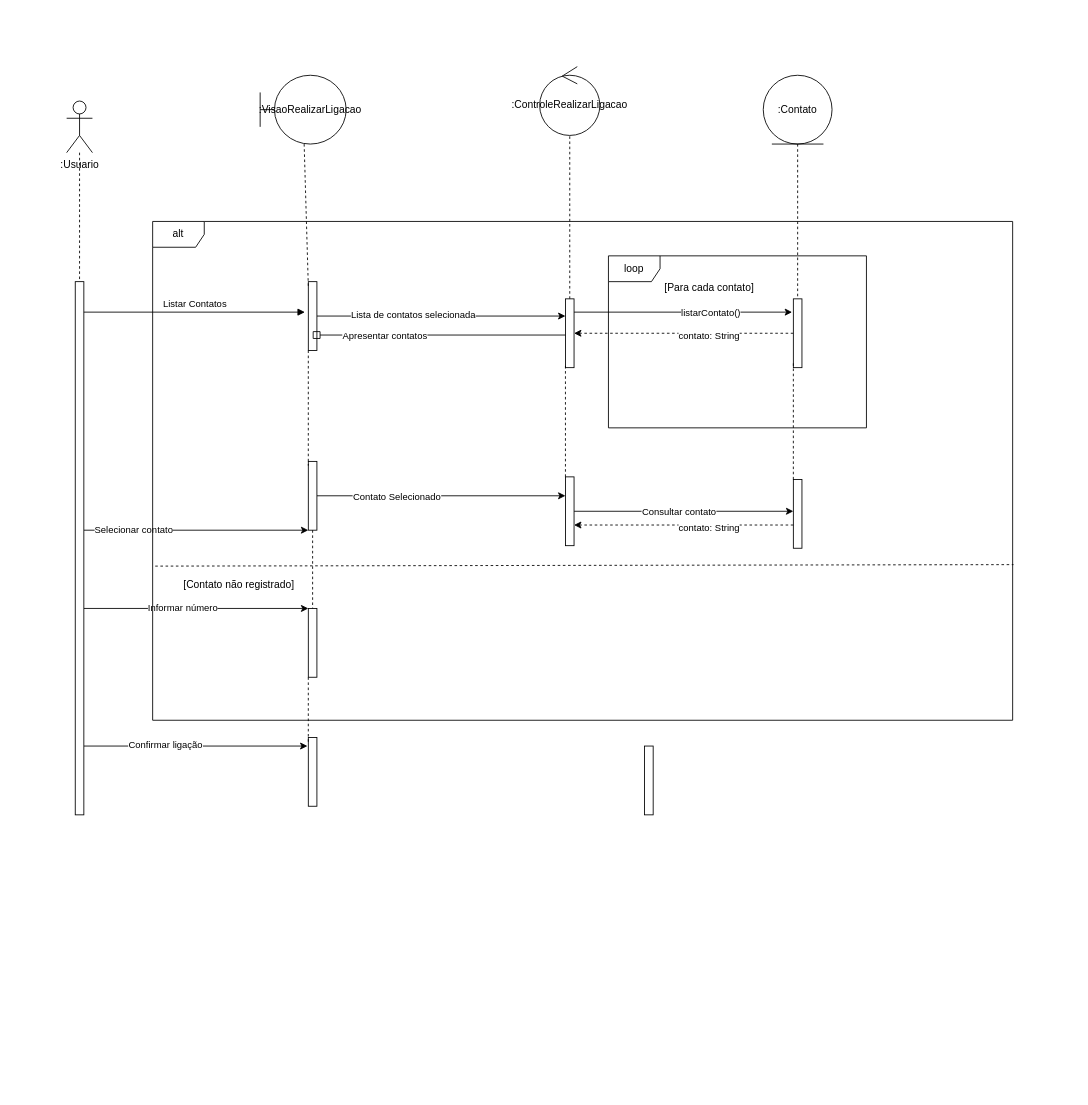
Above: diagrama_de_sequencia.drawio in GabrielSilvaRodrigues/aula_ES_12_05 (draw.io), before the change. Source tidied: cells renumbered, new cells numbered last; positions are measured from the earlier drawing's top-left corner, leaving out a move shared by most shapes. Both pictures are drawn from the tidied source at 86%, with x=0, y=0 at pixel (66, 66).
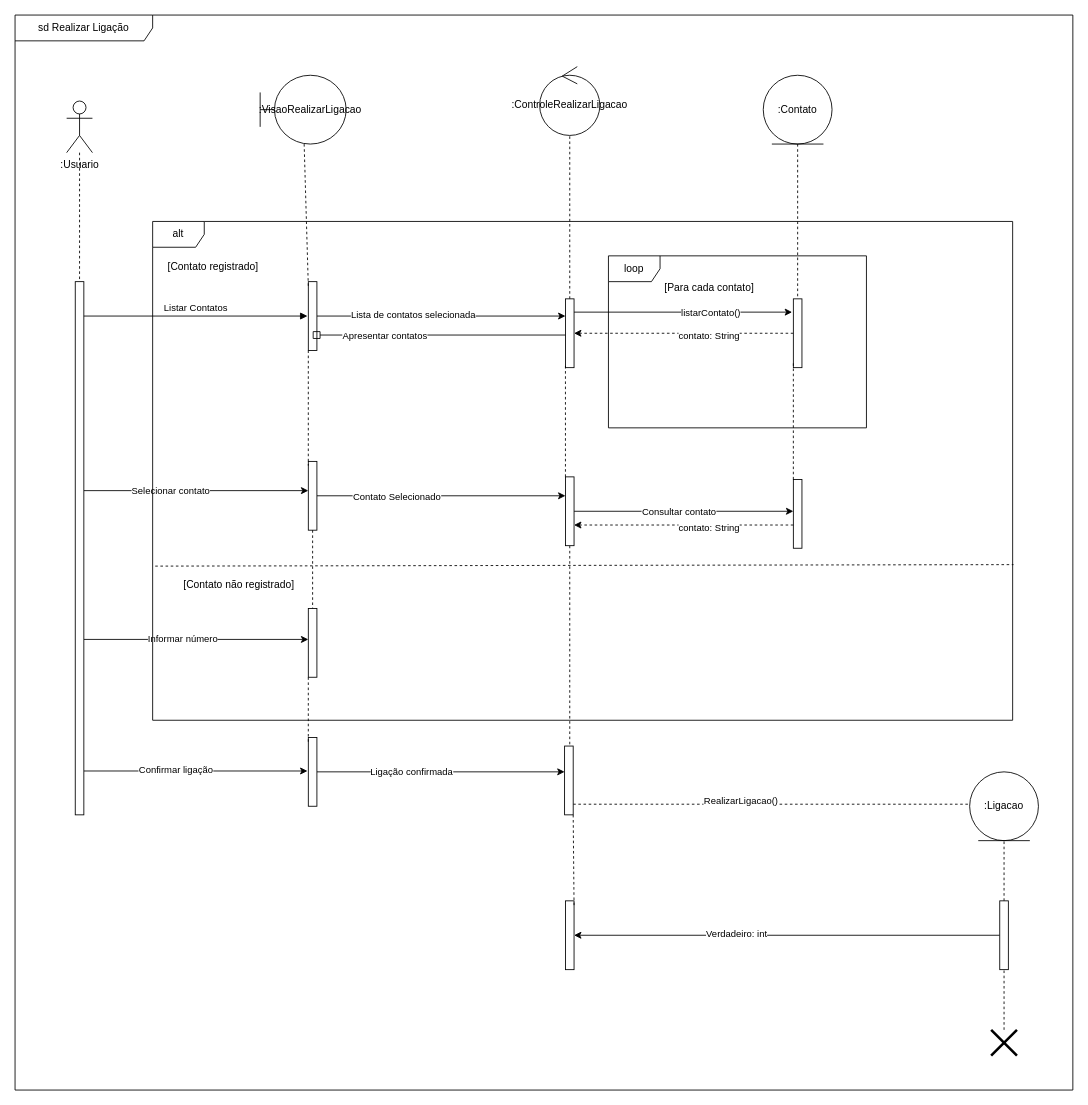
After the change.

The change refers to these unchanged cells:
```xml
<mxCell id="10" style="html=1;points=[[0,0,0,0,5],[0,1,0,0,-5],[1,0,0,0,5],[1,1,0,0,-5]];perimeter=orthogonalPerimeter;outlineConnect=0;targetShapes=umlLifeline;portConstraint=eastwest;newEdgeStyle={&quot;curved&quot;:0,&quot;rounded&quot;:0};" parent="1" vertex="1">
  <mxGeometry x="10" y="250" width="10" height="620" as="geometry" />
</mxCell>
<mxCell id="18" style="html=1;points=[[0,0,0,0,5],[0,1,0,0,-5],[1,0,0,0,5],[1,1,0,0,-5]];perimeter=orthogonalPerimeter;outlineConnect=0;targetShapes=umlLifeline;portConstraint=eastwest;newEdgeStyle={&quot;curved&quot;:0,&quot;rounded&quot;:0};" parent="1" vertex="1">
  <mxGeometry x="281" y="250" width="10" height="80" as="geometry" />
</mxCell>
<mxCell id="30" style="html=1;points=[[0,0,0,0,5],[0,1,0,0,-5],[1,0,0,0,5],[1,1,0,0,-5]];perimeter=orthogonalPerimeter;outlineConnect=0;targetShapes=umlLifeline;portConstraint=eastwest;newEdgeStyle={&quot;curved&quot;:0,&quot;rounded&quot;:0};" parent="1" vertex="1">
  <mxGeometry x="281" y="459" width="10" height="80" as="geometry" />
</mxCell>
<mxCell id="33" style="html=1;points=[[0,0,0,0,5],[0,1,0,0,-5],[1,0,0,0,5],[1,1,0,0,-5]];perimeter=orthogonalPerimeter;outlineConnect=0;targetShapes=umlLifeline;portConstraint=eastwest;newEdgeStyle={&quot;curved&quot;:0,&quot;rounded&quot;:0};" parent="1" vertex="1">
  <mxGeometry x="281" y="630" width="10" height="80" as="geometry" />
</mxCell>
<mxCell id="35" style="html=1;points=[[0,0,0,0,5],[0,1,0,0,-5],[1,0,0,0,5],[1,1,0,0,-5]];perimeter=orthogonalPerimeter;outlineConnect=0;targetShapes=umlLifeline;portConstraint=eastwest;newEdgeStyle={&quot;curved&quot;:0,&quot;rounded&quot;:0};" parent="1" vertex="1">
  <mxGeometry x="281" y="780" width="10" height="80" as="geometry" />
</mxCell>
<mxCell id="46" style="html=1;points=[[0,0,0,0,5],[0,1,0,0,-5],[1,0,0,0,5],[1,1,0,0,-5]];perimeter=orthogonalPerimeter;outlineConnect=0;targetShapes=umlLifeline;portConstraint=eastwest;newEdgeStyle={&quot;curved&quot;:0,&quot;rounded&quot;:0};" parent="1" vertex="1">
  <mxGeometry x="580" y="477" width="10" height="80" as="geometry" />
</mxCell>
```

What changed in the source:
```diff
@@
-    <mxCell id="4" style="rounded=0;jettySize=auto;html=1;" parent="1" edge="1" source="10" target="30">
-      <mxGeometry relative="1" as="geometry" />
+    <mxCell id="4" style="rounded=0;orthogonalLoop=1;jettySize=auto;html=1;" parent="1" edge="1">
+      <mxGeometry relative="1" as="geometry">
+        <mxPoint x="20" y="493" as="sourcePoint" />
+        <mxPoint x="281" y="493" as="targetPoint" />
+      </mxGeometry>
     </mxCell>
     <mxCell id="5" value="Selecionar contato" style="edgeLabel;html=1;align=center;verticalAlign=middle;" parent="4" vertex="1">
-      <mxGeometry x="-0.56" y="1" relative="1" as="geometry" />
+      <mxGeometry x="-0.56" y="1" relative="1" as="geometry">
+        <mxPoint x="43" as="offset" />
+      </mxGeometry>
     </mxCell>
-    <mxCell id="6" style="rounded=0;jettySize=auto;html=1;" parent="1" edge="1" source="10" target="33">
-      <mxGeometry relative="1" as="geometry" />
+    <mxCell id="6" style="rounded=0;orthogonalLoop=1;jettySize=auto;html=1;" parent="1" edge="1">
+      <mxGeometry relative="1" as="geometry">
+        <mxPoint x="20" y="666" as="sourcePoint" />
+        <mxPoint x="281" y="666" as="targetPoint" />
+      </mxGeometry>
     </mxCell>
@@
-    <mxCell id="8" style="rounded=0;jettySize=auto;html=1;" parent="1" edge="1" source="10">
+    <mxCell id="8" style="rounded=0;orthogonalLoop=1;jettySize=auto;html=1;" parent="1" edge="1">
       <mxGeometry relative="1" as="geometry">
-        <mxPoint x="280" y="790" as="targetPoint" />
+        <mxPoint x="20" y="819" as="sourcePoint" />
+        <mxPoint x="280" y="819" as="targetPoint" />
       </mxGeometry>
     </mxCell>
     <mxCell id="9" value="Confirmar ligação" style="edgeLabel;html=1;align=center;verticalAlign=middle;" parent="8" vertex="1">
-      <mxGeometry x="-0.28" y="2" relative="1" as="geometry" />
+      <mxGeometry x="-0.28" y="2" relative="1" as="geometry">
+        <mxPoint x="12" as="offset" />
+      </mxGeometry>
     </mxCell>
@@
-    <mxCell id="19" value="Listar Contatos" style="html=1;verticalAlign=bottom;endArrow=block;curved=0;rounded=0;entryX=-0.4;entryY=0.443;entryDx=0;entryDy=0;entryPerimeter=0;" parent="1" edge="1" source="10" target="18">
-      <mxGeometry relative="1" as="geometry" />
+    <mxCell id="19" value="Listar Contatos" style="html=1;verticalAlign=bottom;endArrow=block;curved=0;rounded=0;" parent="1" edge="1" source="10">
+      <mxGeometry relative="1" as="geometry">
+        <mxPoint x="280" y="290" as="targetPoint" />
+      </mxGeometry>
     </mxCell>
@@
+    <mxCell id="51" style="rounded=0;jettySize=auto;html=1;" parent="1" edge="1" source="35" target="50">
+      <mxGeometry relative="1" as="geometry" />
+    </mxCell>
+    <mxCell id="52" value="Ligação confirmada" style="edgeLabel;html=1;align=center;verticalAlign=middle;" parent="51" vertex="1">
+      <mxGeometry x="-0.24" y="1" relative="1" as="geometry" />
+    </mxCell>
@@
+    <mxCell id="53" style="rounded=0;jettySize=auto;html=1;endArrow=none;startFill=0;dashed=1;" parent="1" edge="1" source="46" target="50">
+      <mxGeometry relative="1" as="geometry" />
+    </mxCell>
@@
+    <mxCell id="54" style="rounded=0;jettySize=auto;html=1;dashed=1;endArrow=none;startFill=0;" parent="1" edge="1" source="50" target="58">
+      <mxGeometry relative="1" as="geometry" />
+    </mxCell>
+    <mxCell id="55" value="RealizarLigacao()" style="edgeLabel;html=1;align=center;verticalAlign=middle;" parent="54" vertex="1">
+      <mxGeometry x="-0.16" y="4" relative="1" as="geometry" />
+    </mxCell>
     <mxCell id="50" style="html=1;points=[[0,0,0,0,5],[0,1,0,0,-5],[1,0,0,0,5],[1,1,0,0,-5]];perimeter=orthogonalPerimeter;outlineConnect=0;targetShapes=umlLifeline;portConstraint=eastwest;newEdgeStyle={&quot;curved&quot;:0,&quot;rounded&quot;:0};" parent="1" vertex="1">
-      <mxGeometry x="672" y="790" width="10" height="80" as="geometry" />
+      <mxGeometry x="579" y="790" width="10" height="80" as="geometry" />
     </mxCell>
+    <mxCell id="56" style="html=1;points=[[0,0,0,0,5],[0,1,0,0,-5],[1,0,0,0,5],[1,1,0,0,-5]];perimeter=orthogonalPerimeter;outlineConnect=0;targetShapes=umlLifeline;portConstraint=eastwest;newEdgeStyle={&quot;curved&quot;:0,&quot;rounded&quot;:0};" parent="1" vertex="1">
+      <mxGeometry x="580" y="970" width="10" height="80" as="geometry" />
+    </mxCell>
+    <mxCell id="57" style="rounded=0;jettySize=auto;html=1;entryX=1;entryY=0;entryDx=0;entryDy=5;entryPerimeter=0;dashed=1;endArrow=none;startFill=0;" parent="1" edge="1" source="50" target="56">
+      <mxGeometry relative="1" as="geometry" />
+    </mxCell>
+    <mxCell id="58" value=":Ligacao" style="ellipse;shape=umlEntity;whiteSpace=wrap;html=1;" parent="1" vertex="1">
+      <mxGeometry x="1050" y="820" width="80" height="80" as="geometry" />
+    </mxCell>
+    <mxCell id="59" style="rounded=0;jettySize=auto;html=1;entryX=0.5;entryY=1;entryDx=0;entryDy=0;dashed=1;endArrow=none;startFill=0;" parent="1" edge="1" source="62" target="58">
+      <mxGeometry relative="1" as="geometry" />
+    </mxCell>
+    <mxCell id="60" style="edgeStyle=orthogonalEdgeStyle;rounded=0;jettySize=auto;html=1;curved=0;" parent="1" edge="1" source="62" target="56">
+      <mxGeometry relative="1" as="geometry" />
+    </mxCell>
+    <mxCell id="61" value="Verdadeiro: int" style="edgeLabel;html=1;align=center;verticalAlign=middle;" parent="60" vertex="1">
+      <mxGeometry x="0.24" y="-3" relative="1" as="geometry" />
+    </mxCell>
+    <mxCell id="62" style="html=1;points=[[0,0,0,0,5],[0,1,0,0,-5],[1,0,0,0,5],[1,1,0,0,-5]];perimeter=orthogonalPerimeter;outlineConnect=0;targetShapes=umlLifeline;portConstraint=eastwest;newEdgeStyle={&quot;curved&quot;:0,&quot;rounded&quot;:0};" parent="1" vertex="1">
+      <mxGeometry x="1085" y="970" width="10" height="80" as="geometry" />
+    </mxCell>
+    <mxCell id="63" style="rounded=0;jettySize=auto;html=1;dashed=1;endArrow=none;startFill=0;" parent="1" edge="1" source="64" target="62">
+      <mxGeometry relative="1" as="geometry" />
+    </mxCell>
+    <mxCell id="64" style="shape=umlDestroy;whiteSpace=wrap;html=1;strokeWidth=3;targetShapes=umlLifeline;" parent="1" vertex="1">
+      <mxGeometry x="1075" y="1120" width="30" height="30" as="geometry" />
+    </mxCell>
+    <mxCell id="65" value="[Contato registrado]" style="text;html=1;align=center;verticalAlign=middle;strokeColor=none;fillColor=none;" parent="1" vertex="1">
+      <mxGeometry x="105" y="218" width="130" height="30" as="geometry" />
+    </mxCell>
+    <mxCell id="66" value="sd Realizar Ligação" style="shape=umlFrame;whiteSpace=wrap;html=1;width=160;height=30;" parent="1" vertex="1">
+      <mxGeometry x="-60" y="-60" width="1230" height="1250" as="geometry" />
+    </mxCell>
```
